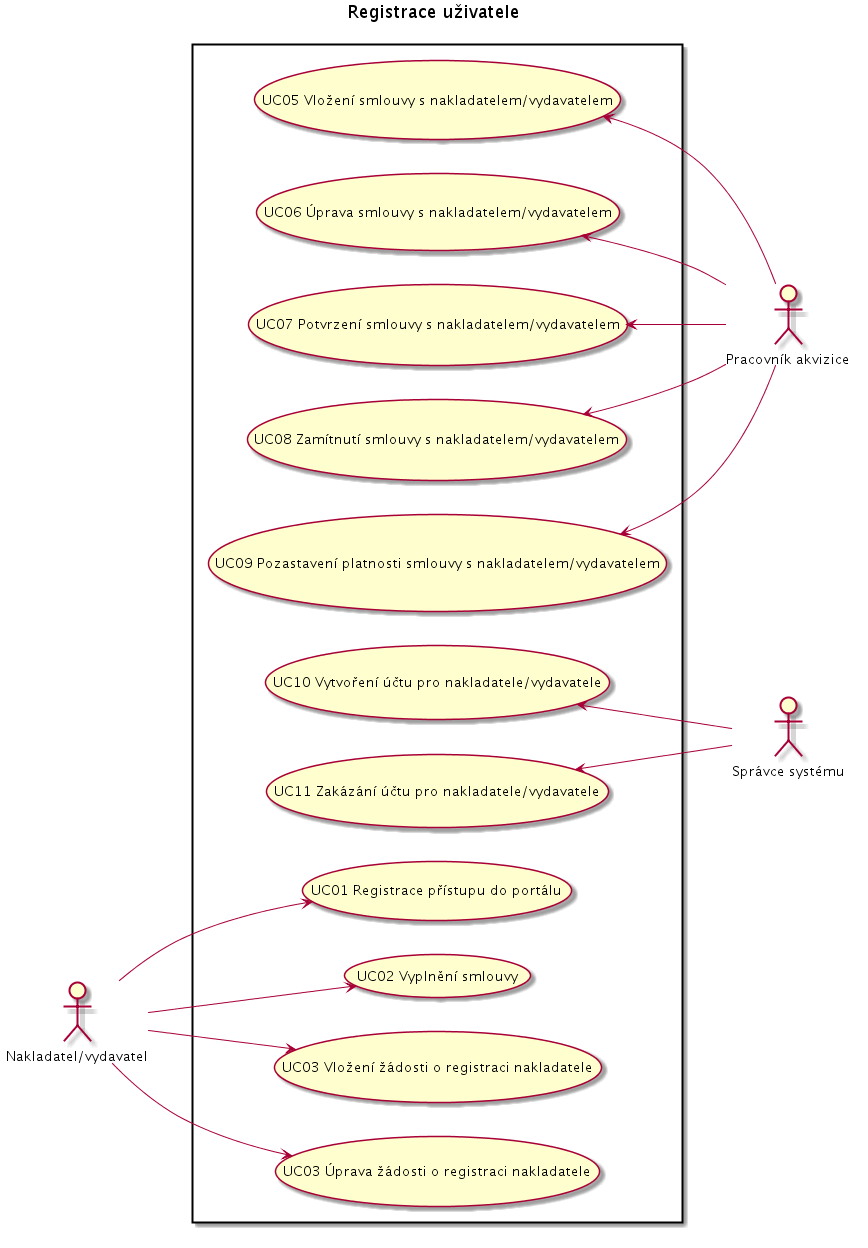
The PlantUML diagram docs/uc01.png in edeposit/edeposit.policy, before a commit.
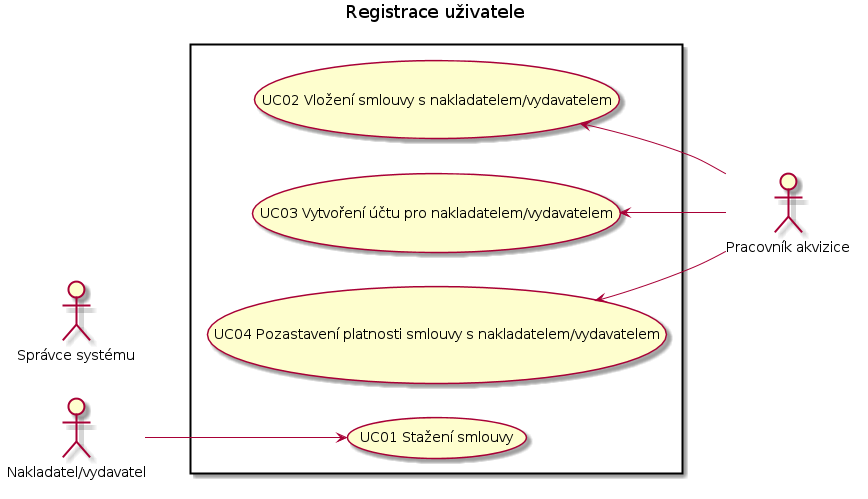
The same file after the commit.

The edit, as a diff of the source:
```diff
@@ -1,22 +1,15 @@
 @startuml
 left to right direction
-title Registrace uživatele
+title Registrace u?ivatele
 skinparam packageStyle rect
 actor :Nakladatel/vydavatel:
 actor :Pracovník akvizice:
 actor :Správce systému:
 
 rectangle  {
-	  :Nakladatel/vydavatel: --> (UC01 Registrace přístupu do portálu)
-	  :Nakladatel/vydavatel: --> (UC02 Vyplnění smlouvy)
-	  :Nakladatel/vydavatel: --> (UC03 Vložení žádosti o registraci nakladatele)
-	  :Nakladatel/vydavatel: --> (UC03 Úprava žádosti o registraci nakladatele)
-	  :Pracovník akvizice: -left-> (UC05 Vložení smlouvy s nakladatelem/vydavatelem)
-	  :Pracovník akvizice: -left-> (UC06 Úprava smlouvy s nakladatelem/vydavatelem)
-	  :Pracovník akvizice: -left-> (UC07 Potvrzení smlouvy s nakladatelem/vydavatelem)
-	  :Pracovník akvizice: -left-> (UC08 Zamítnutí smlouvy s nakladatelem/vydavatelem )
-	  :Pracovník akvizice: -left-> (UC09 Pozastavení platnosti smlouvy s nakladatelem/vydavatelem)
-	  :Správce systému: -left-> (UC10 Vytvoření účtu pro nakladatele/vydavatele)
-	  :Správce systému: -left-> (UC11 Zakázání účtu pro nakladatele/vydavatele)
+	  :Nakladatel/vydavatel: --> (UC01 Sta?ení smlouvy)
+	  :Pracovník akvizice: -left-> (UC02 Vlo?ení smlouvy s nakladatelem/vydavatelem)
+	  :Pracovník akvizice: -left-> (UC03 Vytvo?ení ú?tu pro nakladatelem/vydavatelem)
+	  :Pracovník akvizice: -left-> (UC04 Pozastavení platnosti smlouvy s nakladatelem/vydavatelem)
 }
 @enduml
```
